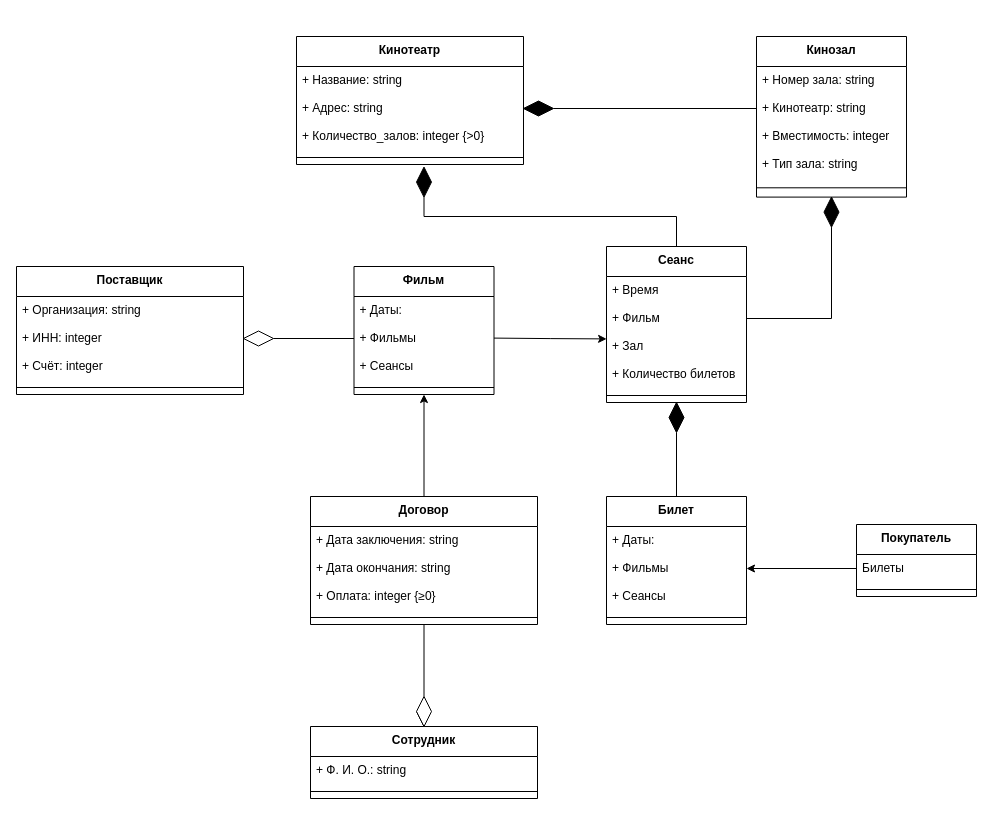
This is Диаграмма без названия.drawio from ANDaniell/-design-practice, a draw.io file, before an edit. Source tidied: cells renumbered, new cells numbered last; positions are measured from the earlier drawing's top-left corner, leaving out a move shared by most shapes. Both pictures are drawn from the tidied source at 100%, with x=0, y=0 at pixel (16, 36).
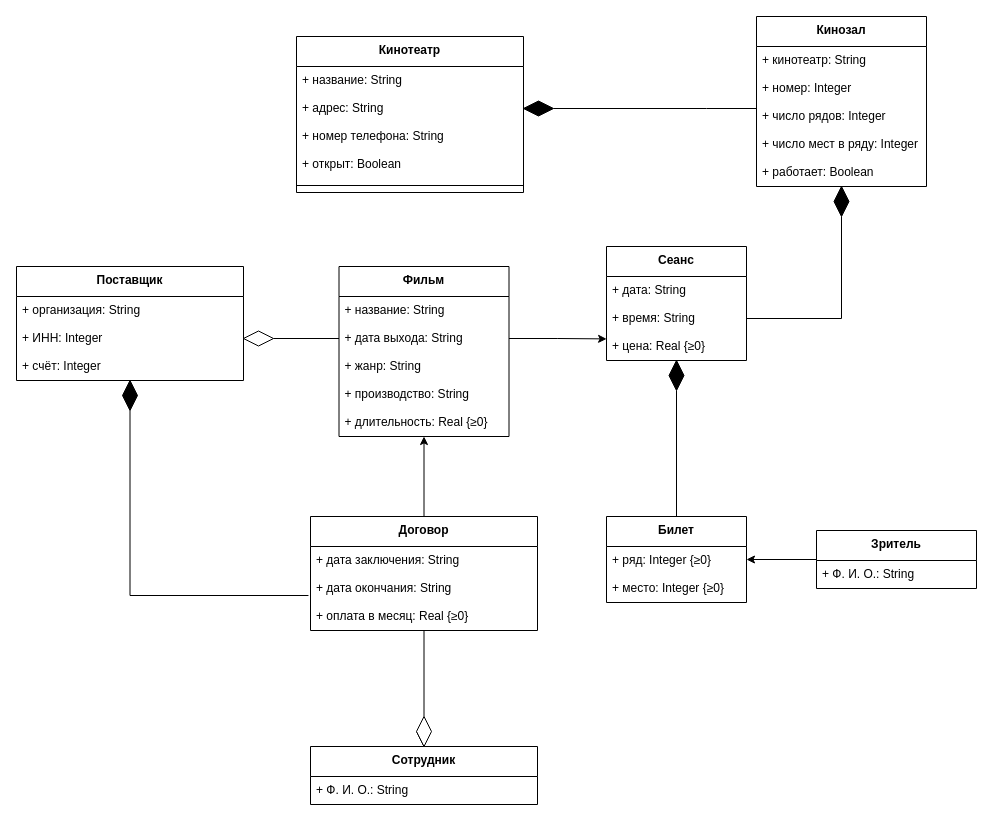
The same diagram, later.

The change refers to these unchanged cells:
```xml
<mxCell id="51" style="rhombus;whiteSpace=wrap;html=1;gradientColor=none;fillStyle=auto;fillColor=#000000;" parent="1" vertex="1">
  <mxGeometry x="507" y="64.5" width="30" height="15" as="geometry" />
</mxCell>
```

Diff of the diagram source:
```diff
@@
     <mxCell id="2" value="Кинотеатр" style="swimlane;fontStyle=1;align=center;verticalAlign=top;horizontal=1;startSize=30;" parent="1" vertex="1">
-      <mxGeometry x="280" width="227" height="128" as="geometry" />
+      <mxGeometry x="280" width="227" height="156" as="geometry" />
     </mxCell>
-    <mxCell id="3" value="+ Название: string" style="text;strokeColor=none;fillColor=none;align=left;verticalAlign=top;spacingLeft=4;spacingRight=4;overflow=hidden;" parent="2" vertex="1">
+    <mxCell id="3" value="+ название: String" style="text;strokeColor=none;fillColor=none;align=left;verticalAlign=top;spacingLeft=4;spacingRight=4;overflow=hidden;" parent="2" vertex="1">
       <mxGeometry y="30" width="227" height="28" as="geometry" />
     </mxCell>
-    <mxCell id="4" value="+ Адрес: string" style="text;strokeColor=none;fillColor=none;align=left;verticalAlign=top;spacingLeft=4;spacingRight=4;overflow=hidden;points=[[0,0.5],[1,0.5]];portConstraint=eastwest;" parent="2" vertex="1">
+    <mxCell id="4" value="+ адрес: String" style="text;strokeColor=none;fillColor=none;align=left;verticalAlign=top;spacingLeft=4;spacingRight=4;overflow=hidden;points=[[0,0.5],[1,0.5]];portConstraint=eastwest;" parent="2" vertex="1">
       <mxGeometry y="58" width="227" height="28" as="geometry" />
     </mxCell>
-    <mxCell id="5" value="+ Количество_залов: integer {&gt;0}" style="text;strokeColor=none;fillColor=none;align=left;verticalAlign=top;spacingLeft=4;spacingRight=4;overflow=hidden;" parent="2" vertex="1">
+    <mxCell id="5" value="+ номер телефона: String" style="text;strokeColor=none;fillColor=none;align=left;verticalAlign=top;spacingLeft=4;spacingRight=4;overflow=hidden;" parent="2" vertex="1">
       <mxGeometry y="86" width="227" height="28" as="geometry" />
     </mxCell>
+    <mxCell id="62" value="+ открыт: Boolean" style="text;strokeColor=none;fillColor=none;align=left;verticalAlign=top;spacingLeft=4;spacingRight=4;overflow=hidden;" parent="2" vertex="1">
+      <mxGeometry y="114" width="227" height="28" as="geometry" />
+    </mxCell>
     <mxCell id="6" style="line;strokeWidth=1;fillColor=none;align=left;verticalAlign=middle;spacingTop=-1;spacingLeft=3;spacingRight=3;labelPosition=right;strokeColor=inherit;" parent="2" vertex="1">
-      <mxGeometry y="114" width="227" height="14" as="geometry" />
+      <mxGeometry y="142" width="227" height="14" as="geometry" />
     </mxCell>
     <mxCell id="7" value="Кинозал" style="swimlane;fontStyle=1;align=center;verticalAlign=top;horizontal=1;startSize=30;" parent="1" vertex="1">
-      <mxGeometry x="740" width="150" height="160.6" as="geometry" />
+      <mxGeometry x="740" y="-20" width="170" height="170" as="geometry" />
     </mxCell>
+    <mxCell id="9" value="+ кинотеатр: String" style="text;strokeColor=none;fillColor=none;align=left;verticalAlign=top;spacingLeft=4;spacingRight=4;overflow=hidden;points=[[0,0.5],[1,0.5]];portConstraint=eastwest;" parent="7" vertex="1">
+      <mxGeometry y="30" width="170" height="28" as="geometry" />
+    </mxCell>
-    <mxCell id="8" value="+ Номер зала: string" style="text;strokeColor=none;fillColor=none;align=left;verticalAlign=top;spacingLeft=4;spacingRight=4;overflow=hidden;" parent="7" vertex="1">
-      <mxGeometry y="30" width="150" height="28" as="geometry" />
+    <mxCell id="8" value="+ номер: Integer" style="text;strokeColor=none;fillColor=none;align=left;verticalAlign=top;spacingLeft=4;spacingRight=4;overflow=hidden;" parent="7" vertex="1">
+      <mxGeometry y="58" width="170" height="28" as="geometry" />
     </mxCell>
-    <mxCell id="9" value="+ Кинотеатр: string" style="text;strokeColor=none;fillColor=none;align=left;verticalAlign=top;spacingLeft=4;spacingRight=4;overflow=hidden;points=[[0,0.5],[1,0.5]];portConstraint=eastwest;" parent="7" vertex="1">
-      <mxGeometry y="58" width="150" height="28" as="geometry" />
-    </mxCell>
-    <mxCell id="10" value="+ Вместимость: integer" style="text;strokeColor=none;fillColor=none;align=left;verticalAlign=top;spacingLeft=4;spacingRight=4;overflow=hidden;" parent="7" vertex="1">
-      <mxGeometry y="86" width="150" height="28" as="geometry" />
+    <mxCell id="10" value="+ число рядов: Integer" style="text;strokeColor=none;fillColor=none;align=left;verticalAlign=top;spacingLeft=4;spacingRight=4;overflow=hidden;" parent="7" vertex="1">
+      <mxGeometry y="86" width="170" height="28" as="geometry" />
     </mxCell>
-    <mxCell id="11" value="+ Тип зала: string" style="text;strokeColor=none;fillColor=none;align=left;verticalAlign=top;spacingLeft=4;spacingRight=4;overflow=hidden;" parent="7" vertex="1">
-      <mxGeometry y="114" width="150" height="28" as="geometry" />
+    <mxCell id="11" value="+ число мест в ряду: Integer" style="text;strokeColor=none;fillColor=none;align=left;verticalAlign=top;spacingLeft=4;spacingRight=4;overflow=hidden;" parent="7" vertex="1">
+      <mxGeometry y="114" width="170" height="28" as="geometry" />
     </mxCell>
-    <mxCell id="12" style="line;strokeWidth=1;fillColor=none;align=left;verticalAlign=middle;spacingTop=-1;spacingLeft=3;spacingRight=3;labelPosition=right;strokeColor=inherit;" parent="7" vertex="1">
-      <mxGeometry y="142" width="150" height="18.6" as="geometry" />
-    </mxCell>
+    <mxCell id="63" value="+ работает: Boolean" style="text;strokeColor=none;fillColor=none;align=left;verticalAlign=top;spacingLeft=4;spacingRight=4;overflow=hidden;" parent="7" vertex="1">
+      <mxGeometry y="142" width="170" height="28" as="geometry" />
+    </mxCell>
     <mxCell id="13" value="Фильм" style="swimlane;fontStyle=1;align=center;verticalAlign=top;horizontal=1;startSize=30;" parent="1" vertex="1">
-      <mxGeometry x="337.5" y="230" width="140" height="128" as="geometry" />
+      <mxGeometry x="322.5" y="230" width="170" height="170" as="geometry" />
     </mxCell>
-    <mxCell id="14" value="+ Даты:" style="text;strokeColor=none;fillColor=none;align=left;verticalAlign=top;spacingLeft=4;spacingRight=4;overflow=hidden;" parent="13" vertex="1">
-      <mxGeometry y="30" width="140" height="28" as="geometry" />
+    <mxCell id="14" value="+ название: String" style="text;strokeColor=none;fillColor=none;align=left;verticalAlign=top;spacingLeft=4;spacingRight=4;overflow=hidden;" parent="13" vertex="1">
+      <mxGeometry y="30" width="170" height="28" as="geometry" />
     </mxCell>
-    <mxCell id="15" value="+ Фильмы" style="text;strokeColor=none;fillColor=none;align=left;verticalAlign=top;spacingLeft=4;spacingRight=4;overflow=hidden;points=[[0,0.5],[1,0.5]];portConstraint=eastwest;" parent="13" vertex="1">
-      <mxGeometry y="58" width="140" height="28" as="geometry" />
+    <mxCell id="15" value="+ дата выхода: String" style="text;strokeColor=none;fillColor=none;align=left;verticalAlign=top;spacingLeft=4;spacingRight=4;overflow=hidden;points=[[0,0.5],[1,0.5]];portConstraint=eastwest;" parent="13" vertex="1">
+      <mxGeometry y="58" width="170" height="28" as="geometry" />
     </mxCell>
-    <mxCell id="16" value="+ Сеансы" style="text;strokeColor=none;fillColor=none;align=left;verticalAlign=top;spacingLeft=4;spacingRight=4;overflow=hidden;" parent="13" vertex="1">
-      <mxGeometry y="86" width="140" height="28" as="geometry" />
+    <mxCell id="16" value="+ жанр: String" style="text;strokeColor=none;fillColor=none;align=left;verticalAlign=top;spacingLeft=4;spacingRight=4;overflow=hidden;" parent="13" vertex="1">
+      <mxGeometry y="86" width="170" height="28" as="geometry" />
     </mxCell>
-    <mxCell id="17" style="line;strokeWidth=1;fillColor=none;align=left;verticalAlign=middle;spacingTop=-1;spacingLeft=3;spacingRight=3;labelPosition=right;strokeColor=inherit;" parent="13" vertex="1">
-      <mxGeometry y="114" width="140" height="14" as="geometry" />
-    </mxCell>
-    <mxCell id="18" style="edgeStyle=orthogonalEdgeStyle;rounded=0;jettySize=auto;html=1;exitX=1;exitY=0.5;exitDx=0;exitDy=0;entryX=0;entryY=0.5;entryDx=0;entryDy=0;endArrow=none;endFill=0;" parent="1" edge="1" source="51" target="9">
-      <mxGeometry relative="1" as="geometry" />
-    </mxCell>
+    <mxCell id="64" value="+ производство: String" style="text;strokeColor=none;fillColor=none;align=left;verticalAlign=top;spacingLeft=4;spacingRight=4;overflow=hidden;" parent="13" vertex="1">
+      <mxGeometry y="114" width="170" height="28" as="geometry" />
+    </mxCell>
+    <mxCell id="65" value="+ длительность: Real {≥0}" style="text;strokeColor=none;fillColor=none;align=left;verticalAlign=top;spacingLeft=4;spacingRight=4;overflow=hidden;" parent="13" vertex="1">
+      <mxGeometry y="142" width="170" height="28" as="geometry" />
+    </mxCell>
@@
     <mxCell id="20" value="Сеанс" style="swimlane;fontStyle=1;align=center;verticalAlign=top;horizontal=1;startSize=30;" parent="1" vertex="1">
-      <mxGeometry x="590" y="210" width="140" height="156" as="geometry" />
+      <mxGeometry x="590" y="210" width="140" height="114" as="geometry" />
     </mxCell>
-    <mxCell id="21" value="+ Время" style="text;strokeColor=none;fillColor=none;align=left;verticalAlign=top;spacingLeft=4;spacingRight=4;overflow=hidden;" parent="20" vertex="1">
+    <mxCell id="21" value="+ дата: String" style="text;strokeColor=none;fillColor=none;align=left;verticalAlign=top;spacingLeft=4;spacingRight=4;overflow=hidden;" parent="20" vertex="1">
       <mxGeometry y="30" width="140" height="28" as="geometry" />
     </mxCell>
-    <mxCell id="22" value="+ Фильм" style="text;strokeColor=none;fillColor=none;align=left;verticalAlign=top;spacingLeft=4;spacingRight=4;overflow=hidden;points=[[0,0.5],[1,0.5]];portConstraint=eastwest;" parent="20" vertex="1">
+    <mxCell id="22" value="+ время: String" style="text;strokeColor=none;fillColor=none;align=left;verticalAlign=top;spacingLeft=4;spacingRight=4;overflow=hidden;points=[[0,0.5],[1,0.5]];portConstraint=eastwest;" parent="20" vertex="1">
       <mxGeometry y="58" width="140" height="28" as="geometry" />
     </mxCell>
-    <mxCell id="23" value="+ Зал&#10;" style="text;strokeColor=none;fillColor=none;align=left;verticalAlign=top;spacingLeft=4;spacingRight=4;overflow=hidden;" parent="20" vertex="1">
+    <mxCell id="23" value="+ цена: Real {≥0}&#10;" style="text;strokeColor=none;fillColor=none;align=left;verticalAlign=top;spacingLeft=4;spacingRight=4;overflow=hidden;" parent="20" vertex="1">
       <mxGeometry y="86" width="140" height="28" as="geometry" />
     </mxCell>
-    <mxCell id="24" value="+ Количество билетов" style="text;strokeColor=none;fillColor=none;align=left;verticalAlign=top;spacingLeft=4;spacingRight=4;overflow=hidden;" parent="20" vertex="1">
-      <mxGeometry y="114" width="140" height="28" as="geometry" />
-    </mxCell>
-    <mxCell id="25" style="line;strokeWidth=1;fillColor=none;align=left;verticalAlign=middle;spacingTop=-1;spacingLeft=3;spacingRight=3;labelPosition=right;strokeColor=inherit;" parent="20" vertex="1">
-      <mxGeometry y="142" width="140" height="14" as="geometry" />
-    </mxCell>
     <mxCell id="26" value="Билет" style="swimlane;fontStyle=1;align=center;verticalAlign=top;horizontal=1;startSize=30;" parent="1" vertex="1">
-      <mxGeometry x="590" y="460" width="140" height="128" as="geometry" />
+      <mxGeometry x="590" y="480" width="140" height="86" as="geometry" />
     </mxCell>
-    <mxCell id="27" value="+ Даты:" style="text;strokeColor=none;fillColor=none;align=left;verticalAlign=top;spacingLeft=4;spacingRight=4;overflow=hidden;" parent="26" vertex="1">
-      <mxGeometry y="30" width="140" height="28" as="geometry" />
-    </mxCell>
-    <mxCell id="28" value="+ Фильмы" style="text;strokeColor=none;fillColor=none;align=left;verticalAlign=top;spacingLeft=4;spacingRight=4;overflow=hidden;points=[[0,0.5],[1,0.5]];portConstraint=eastwest;" parent="26" vertex="1">
-      <mxGeometry y="58" width="140" height="28" as="geometry" />
+    <mxCell id="28" value="+ ряд: Integer {≥0}" style="text;strokeColor=none;fillColor=none;align=left;verticalAlign=top;spacingLeft=4;spacingRight=4;overflow=hidden;points=[[0,0.5],[1,0.5]];portConstraint=eastwest;" parent="26" vertex="1">
+      <mxGeometry y="30" width="140" height="28" as="geometry" />
     </mxCell>
-    <mxCell id="29" value="+ Сеансы" style="text;strokeColor=none;fillColor=none;align=left;verticalAlign=top;spacingLeft=4;spacingRight=4;overflow=hidden;" parent="26" vertex="1">
-      <mxGeometry y="86" width="140" height="28" as="geometry" />
+    <mxCell id="29" value="+ место: Integer {≥0}" style="text;strokeColor=none;fillColor=none;align=left;verticalAlign=top;spacingLeft=4;spacingRight=4;overflow=hidden;" parent="26" vertex="1">
+      <mxGeometry y="58" width="140" height="28" as="geometry" />
     </mxCell>
-    <mxCell id="30" style="line;strokeWidth=1;fillColor=none;align=left;verticalAlign=middle;spacingTop=-1;spacingLeft=3;spacingRight=3;labelPosition=right;strokeColor=inherit;" parent="26" vertex="1">
-      <mxGeometry y="114" width="140" height="14" as="geometry" />
-    </mxCell>
-    <mxCell id="31" style="edgeStyle=orthogonalEdgeStyle;rounded=0;jettySize=auto;html=1;entryX=1;entryY=0.5;entryDx=0;entryDy=0;exitX=0;exitY=0.5;exitDx=0;exitDy=0;" parent="1" edge="1" source="33" target="28">
-      <mxGeometry relative="1" as="geometry" />
-    </mxCell>
-    <mxCell id="32" value="Покупатель" style="swimlane;fontStyle=1;align=center;verticalAlign=top;horizontal=1;startSize=30;" parent="1" vertex="1">
-      <mxGeometry x="840" y="488" width="120" height="72" as="geometry" />
+    <mxCell id="32" value="Зритель" style="swimlane;fontStyle=1;align=center;verticalAlign=top;horizontal=1;startSize=30;" parent="1" vertex="1">
+      <mxGeometry x="800" y="494" width="160" height="58" as="geometry" />
     </mxCell>
-    <mxCell id="33" value="Билеты" style="text;strokeColor=none;fillColor=none;align=left;verticalAlign=top;spacingLeft=4;spacingRight=4;overflow=hidden;points=[[0,0.5],[1,0.5]];portConstraint=eastwest;" parent="32" vertex="1">
-      <mxGeometry y="30" width="120" height="28" as="geometry" />
+    <mxCell id="33" value="+ Ф. И. О.: String" style="text;strokeColor=none;fillColor=none;align=left;verticalAlign=top;spacingLeft=4;spacingRight=4;overflow=hidden;points=[[0,0.5],[1,0.5]];portConstraint=eastwest;" parent="32" vertex="1">
+      <mxGeometry y="30" width="160" height="28" as="geometry" />
     </mxCell>
-    <mxCell id="34" style="line;strokeWidth=1;fillColor=none;align=left;verticalAlign=middle;spacingTop=-1;spacingLeft=3;spacingRight=3;labelPosition=right;strokeColor=inherit;" parent="32" vertex="1">
-      <mxGeometry y="58" width="120" height="14" as="geometry" />
-    </mxCell>
@@
-    <mxCell id="36" style="edgeStyle=orthogonalEdgeStyle;rounded=0;orthogonalLoop=1;jettySize=auto;html=1;exitX=0.999;exitY=0.757;exitDx=0;exitDy=0;exitPerimeter=0;" parent="1" edge="1">
+    <mxCell id="36" style="edgeStyle=orthogonalEdgeStyle;rounded=0;jettySize=auto;html=1;exitX=1;exitY=0.5;exitDx=0;exitDy=0;" parent="1" edge="1" source="15">
       <mxGeometry relative="1" as="geometry">
-        <mxPoint x="477.5" y="301.6" as="sourcePoint" />
         <mxPoint x="590.1" y="302.4" as="targetPoint" />
       </mxGeometry>
     </mxCell>
     <mxCell id="37" value="Сотрудник" style="swimlane;fontStyle=1;align=center;verticalAlign=top;horizontal=1;startSize=30;" parent="1" vertex="1">
-      <mxGeometry x="294" y="690" width="227" height="72" as="geometry" />
+      <mxGeometry x="294" y="710" width="227" height="58" as="geometry" />
     </mxCell>
-    <mxCell id="38" value="+ Ф. И. О.: string" style="text;strokeColor=none;fillColor=none;align=left;verticalAlign=top;spacingLeft=4;spacingRight=4;overflow=hidden;" parent="37" vertex="1">
+    <mxCell id="38" value="+ Ф. И. О.: String" style="text;strokeColor=none;fillColor=none;align=left;verticalAlign=top;spacingLeft=4;spacingRight=4;overflow=hidden;" parent="37" vertex="1">
       <mxGeometry y="30" width="227" height="28" as="geometry" />
     </mxCell>
-    <mxCell id="39" style="line;strokeWidth=1;fillColor=none;align=left;verticalAlign=middle;spacingTop=-1;spacingLeft=3;spacingRight=3;labelPosition=right;strokeColor=inherit;" parent="37" vertex="1">
-      <mxGeometry y="58" width="227" height="14" as="geometry" />
-    </mxCell>
     <mxCell id="40" value="Договор" style="swimlane;fontStyle=1;align=center;verticalAlign=top;horizontal=1;startSize=30;" parent="1" vertex="1">
-      <mxGeometry x="294" y="460" width="227" height="128" as="geometry" />
+      <mxGeometry x="294" y="480" width="227" height="114" as="geometry" />
     </mxCell>
-    <mxCell id="41" value="+ Дата заключения: string" style="text;strokeColor=none;fillColor=none;align=left;verticalAlign=top;spacingLeft=4;spacingRight=4;overflow=hidden;" parent="40" vertex="1">
+    <mxCell id="41" value="+ дата заключения: String" style="text;strokeColor=none;fillColor=none;align=left;verticalAlign=top;spacingLeft=4;spacingRight=4;overflow=hidden;" parent="40" vertex="1">
       <mxGeometry y="30" width="227" height="28" as="geometry" />
     </mxCell>
-    <mxCell id="42" value="+ Дата окончания: string" style="text;strokeColor=none;fillColor=none;align=left;verticalAlign=top;spacingLeft=4;spacingRight=4;overflow=hidden;points=[[0,0.5],[1,0.5]];portConstraint=eastwest;" parent="40" vertex="1">
+    <mxCell id="42" value="+ дата окончания: String" style="text;strokeColor=none;fillColor=none;align=left;verticalAlign=top;spacingLeft=4;spacingRight=4;overflow=hidden;points=[[0,0.5],[1,0.5]];portConstraint=eastwest;" parent="40" vertex="1">
       <mxGeometry y="58" width="227" height="28" as="geometry" />
     </mxCell>
-    <mxCell id="43" value="+ Оплата: integer {≥0}" style="text;strokeColor=none;fillColor=none;align=left;verticalAlign=top;spacingLeft=4;spacingRight=4;overflow=hidden;" parent="40" vertex="1">
+    <mxCell id="43" value="+ оплата в месяц: Real {≥0}" style="text;strokeColor=none;fillColor=none;align=left;verticalAlign=top;spacingLeft=4;spacingRight=4;overflow=hidden;" parent="40" vertex="1">
       <mxGeometry y="86" width="227" height="28" as="geometry" />
     </mxCell>
-    <mxCell id="44" style="line;strokeWidth=1;fillColor=none;align=left;verticalAlign=middle;spacingTop=-1;spacingLeft=3;spacingRight=3;labelPosition=right;strokeColor=inherit;" parent="40" vertex="1">
-      <mxGeometry y="114" width="227" height="14" as="geometry" />
-    </mxCell>
     <mxCell id="45" value="Поставщик" style="swimlane;fontStyle=1;align=center;verticalAlign=top;horizontal=1;startSize=30;" parent="1" vertex="1">
-      <mxGeometry y="230" width="227" height="128" as="geometry" />
+      <mxGeometry y="230" width="227" height="114" as="geometry" />
     </mxCell>
-    <mxCell id="46" value="+ Организация: string" style="text;strokeColor=none;fillColor=none;align=left;verticalAlign=top;spacingLeft=4;spacingRight=4;overflow=hidden;" parent="45" vertex="1">
+    <mxCell id="46" value="+ организация: String" style="text;strokeColor=none;fillColor=none;align=left;verticalAlign=top;spacingLeft=4;spacingRight=4;overflow=hidden;" parent="45" vertex="1">
       <mxGeometry y="30" width="227" height="28" as="geometry" />
     </mxCell>
-    <mxCell id="47" value="+ ИНН: integer" style="text;strokeColor=none;fillColor=none;align=left;verticalAlign=top;spacingLeft=4;spacingRight=4;overflow=hidden;" parent="45" vertex="1">
+    <mxCell id="47" value="+ ИНН: Integer" style="text;strokeColor=none;fillColor=none;align=left;verticalAlign=top;spacingLeft=4;spacingRight=4;overflow=hidden;" parent="45" vertex="1">
       <mxGeometry y="58" width="227" height="28" as="geometry" />
     </mxCell>
-    <mxCell id="48" value="+ Счёт: integer" style="text;strokeColor=none;fillColor=none;align=left;verticalAlign=top;spacingLeft=4;spacingRight=4;overflow=hidden;" parent="45" vertex="1">
+    <mxCell id="48" value="+ счёт: Integer" style="text;strokeColor=none;fillColor=none;align=left;verticalAlign=top;spacingLeft=4;spacingRight=4;overflow=hidden;" parent="45" vertex="1">
       <mxGeometry y="86" width="227" height="28" as="geometry" />
     </mxCell>
-    <mxCell id="49" style="line;strokeWidth=1;fillColor=none;align=left;verticalAlign=middle;spacingTop=-1;spacingLeft=3;spacingRight=3;labelPosition=right;strokeColor=inherit;" parent="45" vertex="1">
-      <mxGeometry y="114" width="227" height="14" as="geometry" />
-    </mxCell>
@@
-    <mxCell id="52" style="edgeStyle=orthogonalEdgeStyle;rounded=0;jettySize=auto;html=1;exitX=1;exitY=0.5;exitDx=0;exitDy=0;strokeColor=default;endArrow=none;endFill=0;" parent="1" edge="1" source="53">
-      <mxGeometry relative="1" as="geometry">
-        <mxPoint x="660" y="210" as="targetPoint" />
-        <Array as="points">
-          <mxPoint x="407" y="180" />
-          <mxPoint x="660" y="180" />
-        </Array>
-      </mxGeometry>
-    </mxCell>
-    <mxCell id="53" style="rhombus;whiteSpace=wrap;html=1;gradientColor=none;fillStyle=auto;fillColor=#000000;direction=south;" parent="1" vertex="1">
-      <mxGeometry x="400" y="130.6" width="15" height="30" as="geometry" />
-    </mxCell>
     <mxCell id="54" style="rhombus;whiteSpace=wrap;html=1;gradientColor=none;fillStyle=auto;fillColor=#000000;direction=south;" parent="1" vertex="1">
-      <mxGeometry x="807.5" y="160.6" width="15" height="30" as="geometry" />
+      <mxGeometry x="817.5" y="150" width="15" height="30" as="geometry" />
     </mxCell>
@@
     <mxCell id="57" style="rhombus;whiteSpace=wrap;html=1;gradientColor=none;fillStyle=auto;fillColor=default;direction=south;" parent="1" vertex="1">
-      <mxGeometry x="400" y="660" width="15" height="30" as="geometry" />
+      <mxGeometry x="400" y="680" width="15" height="30" as="geometry" />
     </mxCell>
-    <mxCell id="58" style="endArrow=classic;html=1;rounded=0;entryX=0.5;entryY=1;entryDx=0;entryDy=0;" parent="1" edge="1" source="40" target="13">
+    <mxCell id="58" style="endArrow=classic;html=1;rounded=0;entryX=0.5;entryY=1;entryDx=0;entryDy=0;exitX=0.5;exitY=0;exitDx=0;exitDy=0;" parent="1" edge="1" source="40" target="13">
       <mxGeometry relative="1" as="geometry" />
     </mxCell>
@@
     <mxCell id="61" style="rhombus;whiteSpace=wrap;html=1;gradientColor=none;fillStyle=auto;fillColor=#000000;direction=south;" parent="1" vertex="1">
-      <mxGeometry x="652.5" y="366" width="15" height="30" as="geometry" />
+      <mxGeometry x="652.5" y="324" width="15" height="30" as="geometry" />
     </mxCell>
+    <mxCell id="66" style="edgeStyle=orthogonalEdgeStyle;rounded=0;jettySize=auto;html=1;exitX=1;exitY=0.5;exitDx=0;exitDy=0;entryX=-0.009;entryY=0.75;entryDx=0;entryDy=0;endArrow=none;endFill=0;entryPerimeter=0;" parent="1" edge="1" source="67" target="42">
+      <mxGeometry relative="1" as="geometry" />
+    </mxCell>
+    <mxCell id="67" style="rhombus;whiteSpace=wrap;html=1;gradientColor=none;fillStyle=auto;fillColor=#000000;direction=south;" parent="1" vertex="1">
+      <mxGeometry x="106" y="344" width="15" height="30" as="geometry" />
+    </mxCell>
+    <mxCell id="68" style="edgeStyle=orthogonalEdgeStyle;rounded=0;jettySize=auto;html=1;exitX=1;exitY=0.5;exitDx=0;exitDy=0;endArrow=none;endFill=0;" parent="1" edge="1" source="51" target="7">
+      <mxGeometry relative="1" as="geometry">
+        <Array as="points">
+          <mxPoint x="690" y="72" />
+          <mxPoint x="690" y="72" />
+        </Array>
+      </mxGeometry>
+    </mxCell>
+    <mxCell id="69" style="endArrow=classic;html=1;rounded=0;entryX=1;entryY=0.5;entryDx=0;entryDy=0;exitX=0;exitY=0.5;exitDx=0;exitDy=0;" parent="1" edge="1" source="32" target="26">
+      <mxGeometry relative="1" as="geometry" />
+    </mxCell>
```
